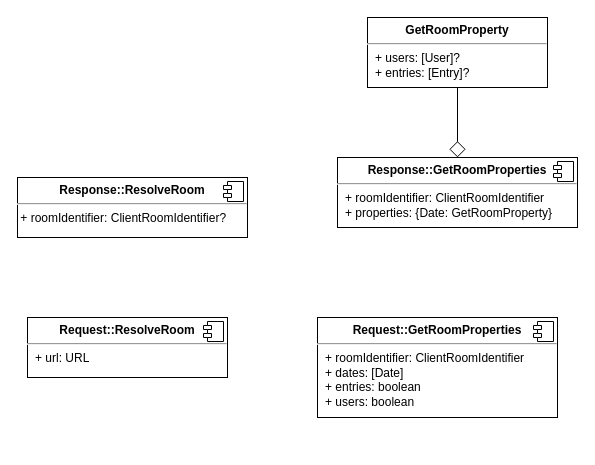
felixnaredi/situps.space keeps this draw.io diagram as room-protocol.drawio. Above is the earlier version. Source tidied: cells renumbered, new cells numbered last; positions are measured from the earlier drawing's top-left corner, leaving out a move shared by most shapes. Both pictures are drawn from the tidied source at 100%, with x=0, y=0 at pixel (17, 17).
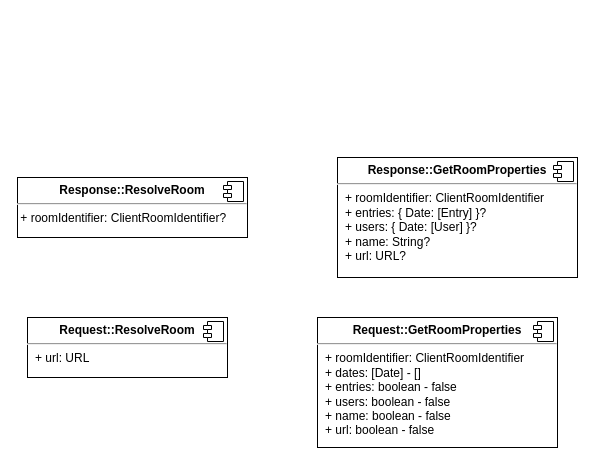
The same diagram, later.

The edit, as a diff of the source:
```diff
@@
 <mxGraphModel>
   <root>
     <mxCell id="0" />
     <mxCell id="1" parent="0" />
-    <mxCell id="2" value="&lt;p style=&quot;margin:0px;margin-top:6px;text-align:center;&quot;&gt;&lt;b&gt;Request::GetRoomProperties&lt;/b&gt;&lt;br&gt;&lt;/p&gt;&lt;hr&gt;&lt;p style=&quot;margin:0px;margin-left:8px;&quot;&gt;+ roomIdentifier: ClientRoomIdentifier&lt;/p&gt;&lt;p style=&quot;margin:0px;margin-left:8px;&quot;&gt;+ dates: [Date] &lt;/p&gt;&lt;p style=&quot;margin:0px;margin-left:8px;&quot;&gt;+ entries: boolean&lt;/p&gt;&lt;p style=&quot;margin:0px;margin-left:8px;&quot;&gt;+ users: boolean&lt;br&gt;&lt;/p&gt;" style="align=left;overflow=fill;html=1;whiteSpace=wrap;" parent="1" vertex="1">
-      <mxGeometry x="300" y="300" width="240" height="100" as="geometry" />
+    <mxCell id="2" value="&lt;p style=&quot;margin:0px;margin-top:6px;text-align:center;&quot;&gt;&lt;b&gt;Request::GetRoomProperties&lt;/b&gt;&lt;br&gt;&lt;/p&gt;&lt;hr&gt;&lt;p style=&quot;margin:0px;margin-left:8px;&quot;&gt;+ roomIdentifier: ClientRoomIdentifier&lt;/p&gt;&lt;p style=&quot;margin:0px;margin-left:8px;&quot;&gt;+ dates: [Date] - [] &lt;/p&gt;&lt;p style=&quot;margin:0px;margin-left:8px;&quot;&gt;+ entries: boolean - false&lt;br&gt;&lt;/p&gt;&lt;p style=&quot;margin:0px;margin-left:8px;&quot;&gt;+ users: boolean - false&lt;br&gt;&lt;/p&gt;&lt;p style=&quot;margin:0px;margin-left:8px;&quot;&gt;+ name: boolean - false&lt;br&gt;&lt;/p&gt;&lt;p style=&quot;margin:0px;margin-left:8px;&quot;&gt;+ url: boolean - false&lt;br&gt;&lt;/p&gt;" style="align=left;overflow=fill;html=1;whiteSpace=wrap;" parent="1" vertex="1">
+      <mxGeometry x="300" y="300" width="240" height="130" as="geometry" />
     </mxCell>
     <mxCell id="3" style="shape=component;jettyWidth=8;jettyHeight=4;" parent="2" vertex="1">
       <mxGeometry x="1" width="20" height="20" relative="1" as="geometry">
         <mxPoint x="-24" y="4" as="offset" />
       </mxGeometry>
     </mxCell>
     <mxCell id="4" value="&lt;p style=&quot;margin:0px;margin-top:6px;text-align:center;&quot;&gt;&lt;b&gt;Request::ResolveRoom&lt;/b&gt;&lt;br&gt;&lt;/p&gt;&lt;hr&gt;&lt;p style=&quot;margin:0px;margin-left:8px;&quot;&gt;+ url: URL&lt;br&gt;&lt;/p&gt;" style="align=left;overflow=fill;html=1;whiteSpace=wrap;" parent="1" vertex="1">
       <mxGeometry x="10" y="300" width="200" height="60" as="geometry" />
     </mxCell>
     <mxCell id="5" style="shape=component;jettyWidth=8;jettyHeight=4;" parent="4" vertex="1">
       <mxGeometry x="1" width="20" height="20" relative="1" as="geometry">
         <mxPoint x="-24" y="4" as="offset" />
       </mxGeometry>
     </mxCell>
     <mxCell id="6" value="&lt;p style=&quot;margin:0px;margin-top:6px;text-align:center;&quot;&gt;&lt;b&gt;Response::ResolveRoom&lt;/b&gt;&lt;br&gt;&lt;/p&gt;&lt;hr&gt;&amp;nbsp;+ roomIdentifier: ClientRoomIdentifier?" style="align=left;overflow=fill;html=1;whiteSpace=wrap;" parent="1" vertex="1">
       <mxGeometry y="160" width="230" height="60" as="geometry" />
     </mxCell>
     <mxCell id="7" style="shape=component;jettyWidth=8;jettyHeight=4;" parent="6" vertex="1">
       <mxGeometry x="1" width="20" height="20" relative="1" as="geometry">
         <mxPoint x="-24" y="4" as="offset" />
       </mxGeometry>
     </mxCell>
-    <mxCell id="8" style="edgeStyle=orthogonalEdgeStyle;rounded=0;jettySize=auto;html=1;startArrow=diamond;startFill=0;endArrow=none;endFill=0;endSize=6;startSize=14;" parent="1" edge="1" source="9" target="11">
-      <mxGeometry relative="1" as="geometry" />
-    </mxCell>
-    <mxCell id="9" value="&lt;p style=&quot;margin:0px;margin-top:6px;text-align:center;&quot;&gt;&lt;b&gt;Response::GetRoomProperties&lt;/b&gt;&lt;br&gt;&lt;/p&gt;&lt;hr&gt;&lt;p style=&quot;margin:0px;margin-left:8px;&quot;&gt;+ roomIdentifier: ClientRoomIdentifier&lt;/p&gt;&lt;p style=&quot;margin:0px;margin-left:8px;&quot;&gt;+ properties: {Date: GetRoomProperty}&lt;br&gt;&lt;/p&gt;" style="align=left;overflow=fill;html=1;whiteSpace=wrap;" parent="1" vertex="1">
-      <mxGeometry x="320" y="140" width="240" height="70" as="geometry" />
+    <mxCell id="9" value="&lt;p style=&quot;margin:0px;margin-top:6px;text-align:center;&quot;&gt;&lt;b&gt;Response::GetRoomProperties&lt;/b&gt;&lt;br&gt;&lt;/p&gt;&lt;hr&gt;&lt;p style=&quot;margin:0px;margin-left:8px;&quot;&gt;+ roomIdentifier: ClientRoomIdentifier&lt;/p&gt;&lt;p style=&quot;margin:0px;margin-left:8px;&quot;&gt;+ entries: { Date: [Entry] }?&lt;/p&gt;&lt;p style=&quot;margin:0px;margin-left:8px;&quot;&gt;+ users: { Date: [User] }?&lt;/p&gt;&lt;p style=&quot;margin:0px;margin-left:8px;&quot;&gt;+ name: String?&lt;/p&gt;&lt;p style=&quot;margin:0px;margin-left:8px;&quot;&gt;+ url: URL?&lt;br&gt;&lt;/p&gt;" style="align=left;overflow=fill;html=1;whiteSpace=wrap;" parent="1" vertex="1">
+      <mxGeometry x="320" y="140" width="240" height="120" as="geometry" />
     </mxCell>
     <mxCell id="10" style="shape=component;jettyWidth=8;jettyHeight=4;" parent="9" vertex="1">
       <mxGeometry x="1" width="20" height="20" relative="1" as="geometry">
         <mxPoint x="-24" y="4" as="offset" />
       </mxGeometry>
     </mxCell>
-    <mxCell id="11" value="&lt;p style=&quot;margin:0px;margin-top:6px;text-align:center;&quot;&gt;&lt;b&gt;GetRoomProperty&lt;/b&gt;&lt;/p&gt;&lt;hr&gt;&lt;p style=&quot;margin:0px;margin-left:8px;&quot;&gt;+ users: [User]?&lt;br&gt;+ entries: [Entry]?&lt;br&gt;&lt;/p&gt;" style="align=left;overflow=fill;html=1;whiteSpace=wrap;" parent="1" vertex="1">
-      <mxGeometry x="350" width="180" height="70" as="geometry" />
-    </mxCell>
     <mxCell id="12" style="edgeStyle=orthogonalEdgeStyle;rounded=0;orthogonalLoop=1;jettySize=auto;html=1;exitX=0.5;exitY=1;exitDx=0;exitDy=0;" parent="1" edge="1" source="9" target="9">
       <mxGeometry relative="1" as="geometry" />
     </mxCell>
   </root>
 </mxGraphModel>
```
